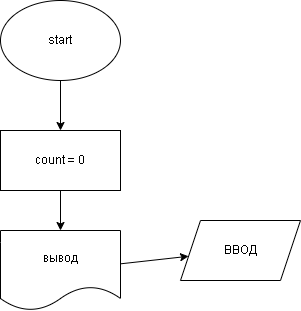
Above: ex000.drawio.png in KarenMadridista/practice_temp1 (draw.io), before the change. Source tidied: cells renumbered, new cells last; positions are measured from the earlier drawing's top-left corner, leaving out a move shared by most shapes.
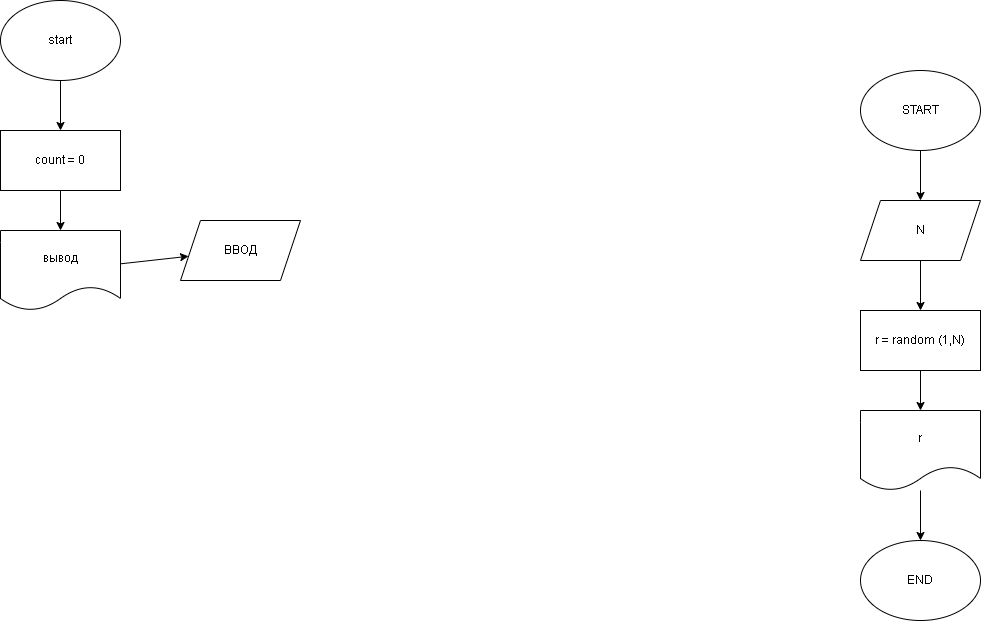
The same file after the commit.

Change to the diagram source:
```diff
@@ -23,5 +23,32 @@
     <mxCell id="8" value="ВВОД&lt;br&gt;" style="shape=parallelogram;perimeter=parallelogramPerimeter;whiteSpace=wrap;html=1;fixedSize=1;" parent="1" vertex="1">
       <mxGeometry x="180" y="220" width="120" height="60" as="geometry" />
     </mxCell>
+    <mxCell id="9" style="edgeStyle=none;html=1;" parent="1" edge="1" source="10" target="12">
+      <mxGeometry relative="1" as="geometry" />
+    </mxCell>
+    <mxCell id="10" value="START" style="ellipse;whiteSpace=wrap;html=1;" parent="1" vertex="1">
+      <mxGeometry x="860" y="70" width="120" height="80" as="geometry" />
+    </mxCell>
+    <mxCell id="11" style="edgeStyle=none;html=1;" parent="1" edge="1" source="12" target="14">
+      <mxGeometry relative="1" as="geometry" />
+    </mxCell>
+    <mxCell id="12" value="N" style="shape=parallelogram;perimeter=parallelogramPerimeter;whiteSpace=wrap;html=1;fixedSize=1;" parent="1" vertex="1">
+      <mxGeometry x="860" y="200" width="120" height="60" as="geometry" />
+    </mxCell>
+    <mxCell id="13" style="edgeStyle=none;html=1;" parent="1" edge="1" source="14" target="16">
+      <mxGeometry relative="1" as="geometry" />
+    </mxCell>
+    <mxCell id="14" value="r = random (1,N)" style="rounded=0;whiteSpace=wrap;html=1;" parent="1" vertex="1">
+      <mxGeometry x="860" y="310" width="120" height="60" as="geometry" />
+    </mxCell>
+    <mxCell id="15" style="edgeStyle=none;html=1;" parent="1" edge="1" source="16" target="17">
+      <mxGeometry relative="1" as="geometry" />
+    </mxCell>
+    <mxCell id="16" value="r" style="shape=document;whiteSpace=wrap;html=1;boundedLbl=1;" parent="1" vertex="1">
+      <mxGeometry x="860" y="410" width="120" height="80" as="geometry" />
+    </mxCell>
+    <mxCell id="17" value="END" style="ellipse;whiteSpace=wrap;html=1;" parent="1" vertex="1">
+      <mxGeometry x="860" y="540" width="120" height="80" as="geometry" />
+    </mxCell>
   </root>
 </mxGraphModel>
```
